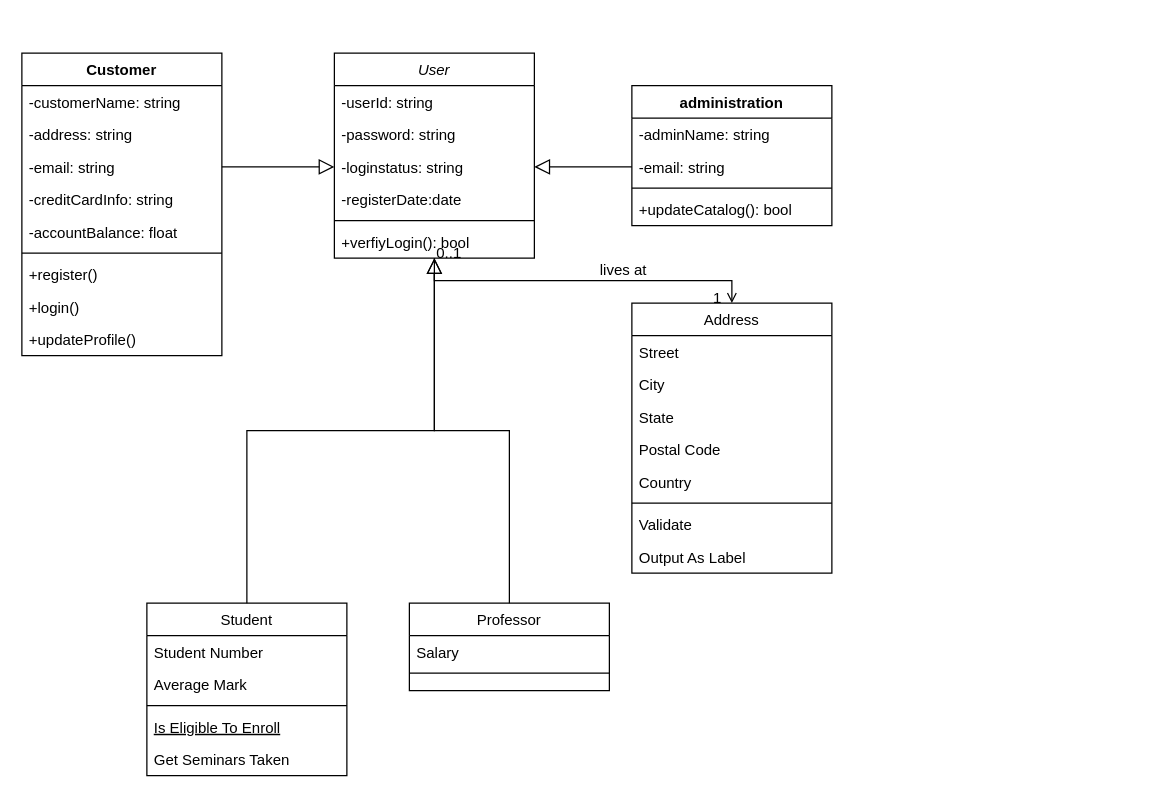
Before: Class diagram2.drawio in AhmedTarek-95/System-Desine, a draw.io diagram. Source tidied: cells renumbered, new cells numbered last; positions are measured from the earlier drawing's top-left corner, leaving out a move shared by most shapes. Both pictures are drawn from the tidied source at 125%, with x=0, y=0 at pixel (21, 52).
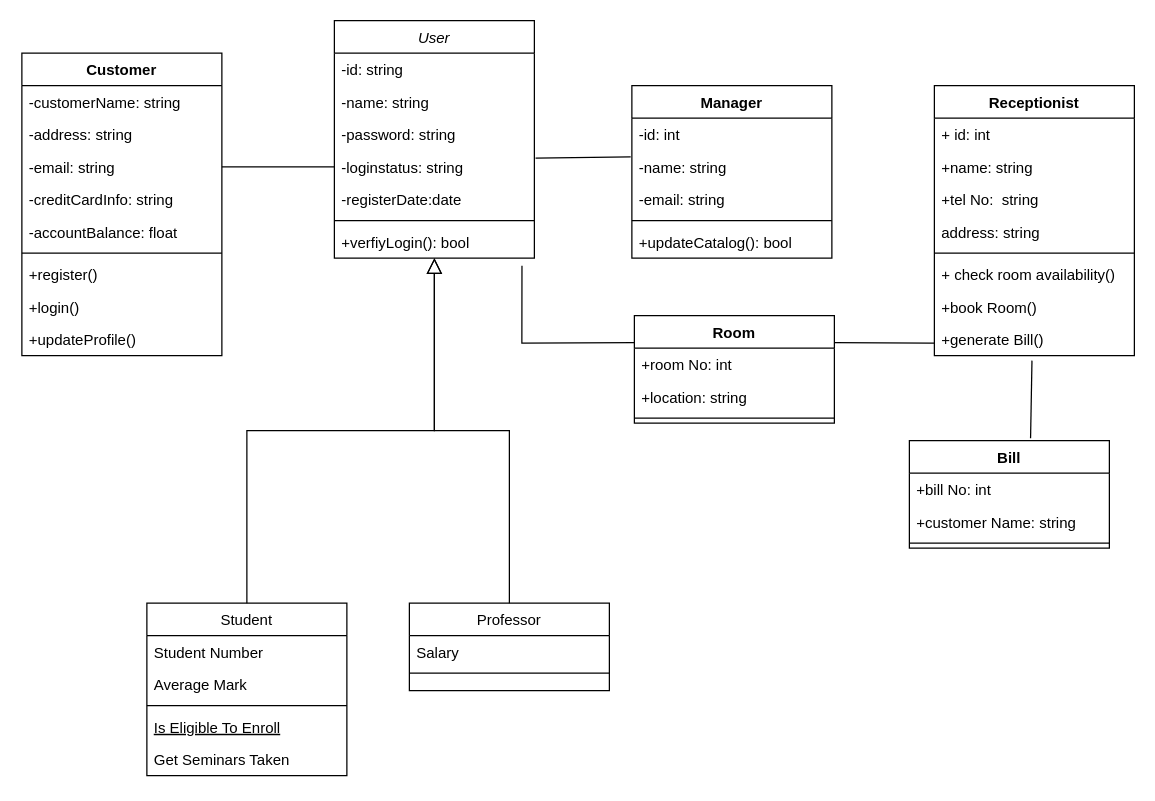
The same diagram, later.

The change refers to these unchanged cells:
```xml
<mxCell id="41" value="-email: string" style="text;strokeColor=none;fillColor=none;align=left;verticalAlign=top;spacingLeft=4;spacingRight=4;overflow=hidden;points=[[0,0.5],[1,0.5]];portConstraint=eastwest;" parent="38" vertex="1">
  <mxGeometry y="78" width="160" height="26" as="geometry" />
</mxCell>
```

What changed in the source:
```diff
@@
     <mxCell id="2" value="User" style="swimlane;fontStyle=2;align=center;verticalAlign=top;horizontal=1;startSize=26;rounded=0;shadow=0;strokeWidth=1;" parent="1" vertex="1">
-      <mxGeometry x="250" width="160" height="164" as="geometry" />
+      <mxGeometry x="250" y="-26" width="160" height="190" as="geometry" />
     </mxCell>
-    <mxCell id="3" value="-userId: string" style="text;align=left;verticalAlign=top;spacingLeft=4;spacingRight=4;overflow=hidden;" parent="2" vertex="1">
+    <mxCell id="3" value="-id: string" style="text;align=left;verticalAlign=top;spacingLeft=4;spacingRight=4;overflow=hidden;" parent="2" vertex="1">
       <mxGeometry y="26" width="160" height="26" as="geometry" />
     </mxCell>
+    <mxCell id="50" value="-name: string" style="text;align=left;verticalAlign=top;spacingLeft=4;spacingRight=4;overflow=hidden;" parent="2" vertex="1">
+      <mxGeometry y="52" width="160" height="26" as="geometry" />
+    </mxCell>
     <mxCell id="4" value="-password: string" style="text;align=left;verticalAlign=top;spacingLeft=4;spacingRight=4;overflow=hidden;rounded=0;shadow=0;html=0;" parent="2" vertex="1">
-      <mxGeometry y="52" width="160" height="26" as="geometry" />
+      <mxGeometry y="78" width="160" height="26" as="geometry" />
     </mxCell>
     <mxCell id="5" value="-loginstatus: string" style="text;align=left;verticalAlign=top;spacingLeft=4;spacingRight=4;overflow=hidden;points=[[0,0.5],[1,0.5]];portConstraint=eastwest;rounded=0;shadow=0;html=0;" parent="2" vertex="1">
-      <mxGeometry y="78" width="160" height="26" as="geometry" />
+      <mxGeometry y="104" width="160" height="26" as="geometry" />
     </mxCell>
     <mxCell id="6" value="-registerDate:date" style="text;align=left;verticalAlign=top;spacingLeft=4;spacingRight=4;overflow=hidden;rounded=0;shadow=0;html=0;" parent="2" vertex="1">
-      <mxGeometry y="104" width="160" height="26" as="geometry" />
+      <mxGeometry y="130" width="160" height="26" as="geometry" />
     </mxCell>
     <mxCell id="7" style="line;html=1;strokeWidth=1;align=left;verticalAlign=middle;spacingTop=-1;spacingLeft=3;spacingRight=3;labelPosition=right;" parent="2" vertex="1">
-      <mxGeometry y="130" width="160" height="8" as="geometry" />
+      <mxGeometry y="156" width="160" height="8" as="geometry" />
     </mxCell>
     <mxCell id="8" value="+verfiyLogin(): bool" style="text;align=left;verticalAlign=top;spacingLeft=4;spacingRight=4;overflow=hidden;points=[[0,0.5],[1,0.5]];portConstraint=eastwest;" parent="2" vertex="1">
-      <mxGeometry y="138" width="160" height="26" as="geometry" />
+      <mxGeometry y="164" width="160" height="26" as="geometry" />
     </mxCell>
@@
-    <mxCell id="20" value="Address" style="swimlane;fontStyle=0;align=center;verticalAlign=top;horizontal=1;startSize=26;rounded=0;shadow=0;strokeWidth=1;" parent="1" vertex="1">
-      <mxGeometry x="488" y="200" width="160" height="216" as="geometry" />
-    </mxCell>
-    <mxCell id="21" value="Street" style="text;align=left;verticalAlign=top;spacingLeft=4;spacingRight=4;overflow=hidden;" parent="20" vertex="1">
-      <mxGeometry y="26" width="160" height="26" as="geometry" />
-    </mxCell>
-    <mxCell id="22" value="City" style="text;align=left;verticalAlign=top;spacingLeft=4;spacingRight=4;overflow=hidden;rounded=0;shadow=0;html=0;" parent="20" vertex="1">
-      <mxGeometry y="52" width="160" height="26" as="geometry" />
-    </mxCell>
-    <mxCell id="23" value="State" style="text;align=left;verticalAlign=top;spacingLeft=4;spacingRight=4;overflow=hidden;rounded=0;shadow=0;html=0;" parent="20" vertex="1">
-      <mxGeometry y="78" width="160" height="26" as="geometry" />
-    </mxCell>
-    <mxCell id="24" value="Postal Code" style="text;align=left;verticalAlign=top;spacingLeft=4;spacingRight=4;overflow=hidden;rounded=0;shadow=0;html=0;" parent="20" vertex="1">
-      <mxGeometry y="104" width="160" height="26" as="geometry" />
-    </mxCell>
-    <mxCell id="25" value="Country" style="text;align=left;verticalAlign=top;spacingLeft=4;spacingRight=4;overflow=hidden;rounded=0;shadow=0;html=0;" parent="20" vertex="1">
-      <mxGeometry y="130" width="160" height="26" as="geometry" />
-    </mxCell>
-    <mxCell id="26" style="line;html=1;strokeWidth=1;align=left;verticalAlign=middle;spacingTop=-1;spacingLeft=3;spacingRight=3;labelPosition=right;" parent="20" vertex="1">
-      <mxGeometry y="156" width="160" height="8" as="geometry" />
-    </mxCell>
-    <mxCell id="27" value="Validate" style="text;align=left;verticalAlign=top;spacingLeft=4;spacingRight=4;overflow=hidden;" parent="20" vertex="1">
-      <mxGeometry y="164" width="160" height="26" as="geometry" />
-    </mxCell>
-    <mxCell id="28" value="Output As Label" style="text;align=left;verticalAlign=top;spacingLeft=4;spacingRight=4;overflow=hidden;" parent="20" vertex="1">
-      <mxGeometry y="190" width="160" height="26" as="geometry" />
-    </mxCell>
-    <mxCell id="29" style="endArrow=open;shadow=0;strokeWidth=1;rounded=0;endFill=1;edgeStyle=elbowEdgeStyle;elbow=vertical;" parent="1" edge="1" source="2" target="20">
-      <mxGeometry x="0.5" y="41" relative="1" as="geometry">
-        <mxPoint x="-40" y="32" as="offset" />
-      </mxGeometry>
-    </mxCell>
-    <mxCell id="30" value="0..1" style="align=left;verticalAlign=bottom;labelBackgroundColor=none;fontSize=12;" parent="29" vertex="1">
-      <mxGeometry x="-1" relative="1" as="geometry">
-        <mxPoint y="4" as="offset" />
-      </mxGeometry>
-    </mxCell>
-    <mxCell id="31" value="1" style="align=right;verticalAlign=bottom;labelBackgroundColor=none;fontSize=12;" parent="29" vertex="1">
-      <mxGeometry x="1" relative="1" as="geometry">
-        <mxPoint x="-7" y="4" as="offset" />
-      </mxGeometry>
-    </mxCell>
-    <mxCell id="32" value="lives at" style="text;html=1;align=center;verticalAlign=middle;labelBackgroundColor=none;rounded=0;shadow=0;strokeWidth=1;fontSize=12;" parent="29" vertex="1">
-      <mxGeometry x="0.5" y="49" relative="1" as="geometry">
-        <mxPoint x="-38" y="40" as="offset" />
-      </mxGeometry>
-    </mxCell>
-    <mxCell id="33" value="administration" style="swimlane;fontStyle=1;align=center;verticalAlign=top;horizontal=1;startSize=26;" parent="1" vertex="1">
-      <mxGeometry x="488" y="26" width="160" height="112" as="geometry" />
+    <mxCell id="33" value="Manager" style="swimlane;fontStyle=1;align=center;verticalAlign=top;horizontal=1;startSize=26;" parent="1" vertex="1">
+      <mxGeometry x="488" y="26" width="160" height="138" as="geometry" />
     </mxCell>
+    <mxCell id="51" value="-id: int" style="text;strokeColor=none;fillColor=none;align=left;verticalAlign=top;spacingLeft=4;spacingRight=4;overflow=hidden;" parent="33" vertex="1">
+      <mxGeometry y="26" width="160" height="26" as="geometry" />
+    </mxCell>
-    <mxCell id="34" value="-adminName: string" style="text;strokeColor=none;fillColor=none;align=left;verticalAlign=top;spacingLeft=4;spacingRight=4;overflow=hidden;points=[[0,0.5],[1,0.5]];portConstraint=eastwest;" parent="33" vertex="1">
-      <mxGeometry y="26" width="160" height="26" as="geometry" />
+    <mxCell id="34" value="-name: string" style="text;strokeColor=none;fillColor=none;align=left;verticalAlign=top;spacingLeft=4;spacingRight=4;overflow=hidden;points=[[0,0.5],[1,0.5]];portConstraint=eastwest;" parent="33" vertex="1">
+      <mxGeometry y="52" width="160" height="26" as="geometry" />
     </mxCell>
     <mxCell id="35" value="-email: string" style="text;strokeColor=none;fillColor=none;align=left;verticalAlign=top;spacingLeft=4;spacingRight=4;overflow=hidden;points=[[0,0.5],[1,0.5]];portConstraint=eastwest;" parent="33" vertex="1">
-      <mxGeometry y="52" width="160" height="26" as="geometry" />
+      <mxGeometry y="78" width="160" height="26" as="geometry" />
     </mxCell>
     <mxCell id="36" style="line;strokeWidth=1;fillColor=none;align=left;verticalAlign=middle;spacingTop=-1;spacingLeft=3;spacingRight=3;labelPosition=right;" parent="33" vertex="1">
-      <mxGeometry y="78" width="160" height="8" as="geometry" />
+      <mxGeometry y="104" width="160" height="8" as="geometry" />
     </mxCell>
     <mxCell id="37" value="+updateCatalog(): bool" style="text;strokeColor=none;fillColor=none;align=left;verticalAlign=top;spacingLeft=4;spacingRight=4;overflow=hidden;" parent="33" vertex="1">
-      <mxGeometry y="86" width="160" height="26" as="geometry" />
+      <mxGeometry y="112" width="160" height="26" as="geometry" />
     </mxCell>
@@
-    <mxCell id="48" style="endArrow=block;endSize=10;endFill=0;shadow=0;strokeWidth=1;rounded=0;edgeStyle=elbowEdgeStyle;elbow=vertical;entryX=1;entryY=0.5;entryDx=0;entryDy=0;exitX=0;exitY=0.5;exitDx=0;exitDy=0;" parent="1" edge="1" source="35" target="5">
-      <mxGeometry relative="1" as="geometry" />
-    </mxCell>
+    <mxCell id="52" style="endArrow=none;html=1;rounded=0;entryX=-0.006;entryY=0.192;entryDx=0;entryDy=0;entryPerimeter=0;exitX=1.006;exitY=0.231;exitDx=0;exitDy=0;exitPerimeter=0;" parent="1" edge="1" source="5" target="34">
+      <mxGeometry relative="1" as="geometry" />
+    </mxCell>
-    <mxCell id="49" style="endArrow=block;endSize=10;endFill=0;shadow=0;strokeWidth=1;rounded=0;edgeStyle=elbowEdgeStyle;elbow=vertical;exitX=1;exitY=0.5;exitDx=0;exitDy=0;entryX=0;entryY=0.5;entryDx=0;entryDy=0;" parent="1" edge="1" source="41" target="5">
-      <mxGeometry relative="1" as="geometry">
-        <Array as="points">
-          <mxPoint x="200" y="91" />
-        </Array>
-      </mxGeometry>
+    <mxCell id="49" style="endArrow=none;html=1;rounded=0;entryX=0;entryY=0.5;entryDx=0;entryDy=0;" parent="1" edge="1" source="41" target="5">
+      <mxGeometry relative="1" as="geometry" />
     </mxCell>
+    <mxCell id="53" value="Room" style="swimlane;fontStyle=1;align=center;verticalAlign=top;horizontal=1;startSize=26;" parent="1" vertex="1">
+      <mxGeometry x="490" y="210" width="160" height="86" as="geometry" />
+    </mxCell>
+    <mxCell id="54" value="+room No: int" style="text;strokeColor=none;fillColor=none;align=left;verticalAlign=top;spacingLeft=4;spacingRight=4;overflow=hidden;" parent="53" vertex="1">
+      <mxGeometry y="26" width="160" height="26" as="geometry" />
+    </mxCell>
+    <mxCell id="55" value="+location: string" style="text;strokeColor=none;fillColor=none;align=left;verticalAlign=top;spacingLeft=4;spacingRight=4;overflow=hidden;" parent="53" vertex="1">
+      <mxGeometry y="52" width="160" height="26" as="geometry" />
+    </mxCell>
+    <mxCell id="56" style="line;strokeWidth=1;fillColor=none;align=left;verticalAlign=middle;spacingTop=-1;spacingLeft=3;spacingRight=3;labelPosition=right;" parent="53" vertex="1">
+      <mxGeometry y="78" width="160" height="8" as="geometry" />
+    </mxCell>
+    <mxCell id="57" value="Receptionist" style="swimlane;fontStyle=1;align=center;verticalAlign=top;horizontal=1;startSize=26;" parent="1" vertex="1">
+      <mxGeometry x="730" y="26" width="160" height="216" as="geometry" />
+    </mxCell>
+    <mxCell id="58" value="+ id: int" style="text;strokeColor=none;fillColor=none;align=left;verticalAlign=top;spacingLeft=4;spacingRight=4;overflow=hidden;" parent="57" vertex="1">
+      <mxGeometry y="26" width="160" height="26" as="geometry" />
+    </mxCell>
+    <mxCell id="59" value="+name: string" style="text;strokeColor=none;fillColor=none;align=left;verticalAlign=top;spacingLeft=4;spacingRight=4;overflow=hidden;" parent="57" vertex="1">
+      <mxGeometry y="52" width="160" height="26" as="geometry" />
+    </mxCell>
+    <mxCell id="60" value="+tel No:  string" style="text;strokeColor=none;fillColor=none;align=left;verticalAlign=top;spacingLeft=4;spacingRight=4;overflow=hidden;" parent="57" vertex="1">
+      <mxGeometry y="78" width="160" height="26" as="geometry" />
+    </mxCell>
+    <mxCell id="61" value="address: string" style="text;strokeColor=none;fillColor=none;align=left;verticalAlign=top;spacingLeft=4;spacingRight=4;overflow=hidden;" parent="57" vertex="1">
+      <mxGeometry y="104" width="160" height="26" as="geometry" />
+    </mxCell>
+    <mxCell id="62" style="line;strokeWidth=1;fillColor=none;align=left;verticalAlign=middle;spacingTop=-1;spacingLeft=3;spacingRight=3;labelPosition=right;" parent="57" vertex="1">
+      <mxGeometry y="130" width="160" height="8" as="geometry" />
+    </mxCell>
+    <mxCell id="63" value="+ check room availability()" style="text;strokeColor=none;fillColor=none;align=left;verticalAlign=top;spacingLeft=4;spacingRight=4;overflow=hidden;" parent="57" vertex="1">
+      <mxGeometry y="138" width="160" height="26" as="geometry" />
+    </mxCell>
+    <mxCell id="64" value="+book Room()" style="text;strokeColor=none;fillColor=none;align=left;verticalAlign=top;spacingLeft=4;spacingRight=4;overflow=hidden;" parent="57" vertex="1">
+      <mxGeometry y="164" width="160" height="26" as="geometry" />
+    </mxCell>
+    <mxCell id="65" value="+generate Bill()" style="text;strokeColor=none;fillColor=none;align=left;verticalAlign=top;spacingLeft=4;spacingRight=4;overflow=hidden;points=[[0,0.5],[1,0.5]];portConstraint=eastwest;" parent="57" vertex="1">
+      <mxGeometry y="190" width="160" height="26" as="geometry" />
+    </mxCell>
+    <mxCell id="66" style="endArrow=none;html=1;rounded=0;entryX=0.938;entryY=1.231;entryDx=0;entryDy=0;entryPerimeter=0;exitX=0;exitY=0.25;exitDx=0;exitDy=0;" parent="1" edge="1" source="53" target="8">
+      <mxGeometry relative="1" as="geometry">
+        <Array as="points">
+          <mxPoint x="400" y="232" />
+        </Array>
+      </mxGeometry>
+    </mxCell>
+    <mxCell id="67" style="endArrow=none;html=1;rounded=0;exitX=1;exitY=0.25;exitDx=0;exitDy=0;" parent="1" edge="1" source="53">
+      <mxGeometry relative="1" as="geometry">
+        <mxPoint x="730" y="232" as="targetPoint" />
+        <Array as="points">
+          <mxPoint x="727" y="232" />
+        </Array>
+      </mxGeometry>
+    </mxCell>
+    <mxCell id="68" style="endArrow=none;html=1;rounded=0;entryX=0.488;entryY=1.154;entryDx=0;entryDy=0;entryPerimeter=0;exitX=0.606;exitY=-0.023;exitDx=0;exitDy=0;exitPerimeter=0;" parent="1" edge="1" source="69" target="65">
+      <mxGeometry relative="1" as="geometry" />
+    </mxCell>
+    <mxCell id="69" value="Bill" style="swimlane;fontStyle=1;align=center;verticalAlign=top;horizontal=1;startSize=26;" parent="1" vertex="1">
+      <mxGeometry x="710" y="310" width="160" height="86" as="geometry" />
+    </mxCell>
+    <mxCell id="70" value="+bill No: int" style="text;strokeColor=none;fillColor=none;align=left;verticalAlign=top;spacingLeft=4;spacingRight=4;overflow=hidden;" parent="69" vertex="1">
+      <mxGeometry y="26" width="160" height="26" as="geometry" />
+    </mxCell>
+    <mxCell id="71" value="+customer Name: string" style="text;strokeColor=none;fillColor=none;align=left;verticalAlign=top;spacingLeft=4;spacingRight=4;overflow=hidden;" parent="69" vertex="1">
+      <mxGeometry y="52" width="160" height="26" as="geometry" />
+    </mxCell>
+    <mxCell id="72" style="line;strokeWidth=1;fillColor=none;align=left;verticalAlign=middle;spacingTop=-1;spacingLeft=3;spacingRight=3;labelPosition=right;" parent="69" vertex="1">
+      <mxGeometry y="78" width="160" height="8" as="geometry" />
+    </mxCell>
```
